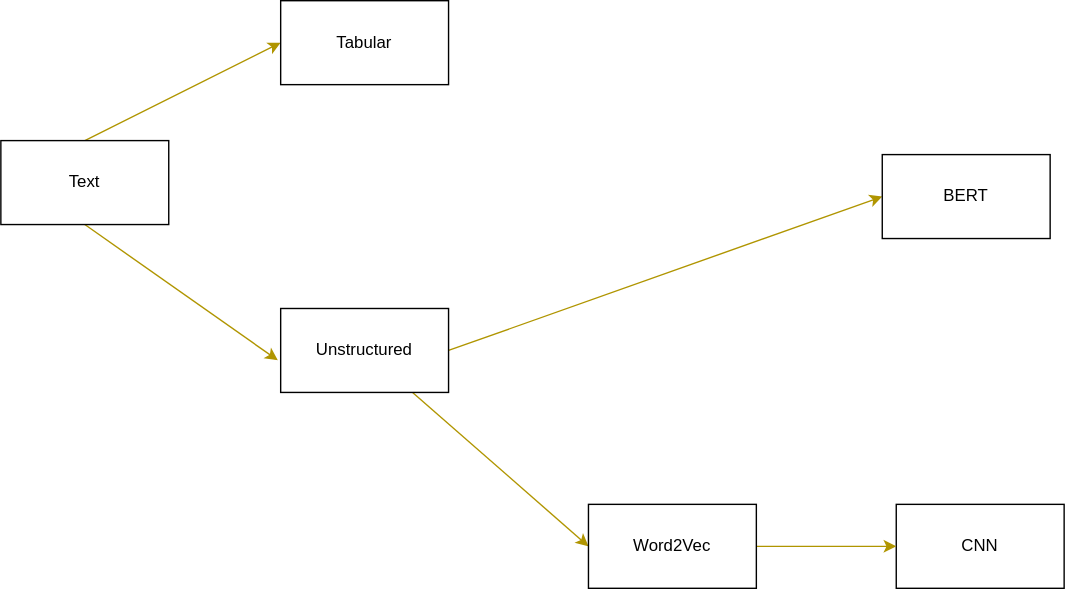
Above: notes/text.drawio.svg in dermatologist/kedro-tf-text (draw.io), before the change. Source tidied: cells renumbered, new cells last; positions are measured from the earlier drawing's top-left corner, leaving out a move shared by most shapes.
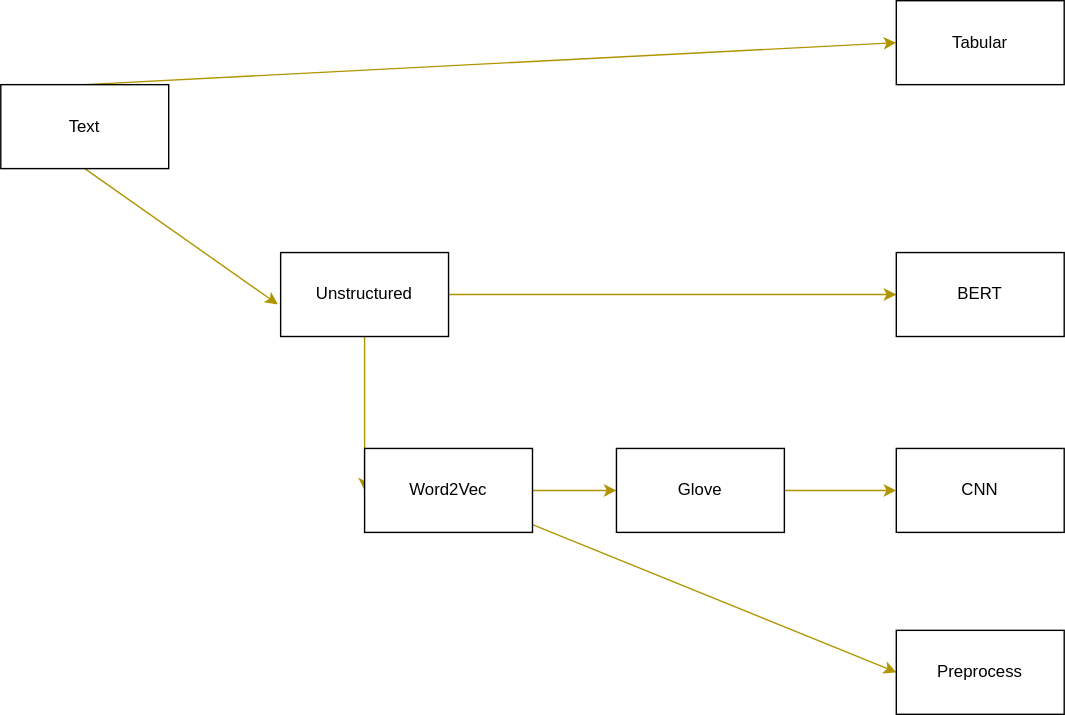
After the change.

Diff of the diagram source:
```diff
@@ -12,7 +12,7 @@
       <mxGeometry y="100" width="120" height="60" as="geometry" />
     </mxCell>
     <mxCell id="5" value="Tabular" style="rounded=0;whiteSpace=wrap;html=1;" parent="1" vertex="1">
-      <mxGeometry x="200" width="120" height="60" as="geometry" />
+      <mxGeometry x="640" y="40" width="120" height="60" as="geometry" />
     </mxCell>
     <mxCell id="6" style="edgeStyle=none;html=1;exitX=1;exitY=0.5;exitDx=0;exitDy=0;entryX=0;entryY=0.5;entryDx=0;entryDy=0;fillColor=#e3c800;strokeColor=#B09500;" parent="1" edge="1" source="8" target="9">
       <mxGeometry relative="1" as="geometry" />
@@ -24,16 +24,28 @@
       <mxGeometry x="200" y="220" width="120" height="60" as="geometry" />
     </mxCell>
     <mxCell id="9" value="BERT" style="rounded=0;whiteSpace=wrap;html=1;" parent="1" vertex="1">
-      <mxGeometry x="630" y="110" width="120" height="60" as="geometry" />
+      <mxGeometry x="640" y="220" width="120" height="60" as="geometry" />
     </mxCell>
     <mxCell id="10" value="CNN" style="rounded=0;whiteSpace=wrap;html=1;" parent="1" vertex="1">
       <mxGeometry x="640" y="360" width="120" height="60" as="geometry" />
     </mxCell>
+    <mxCell id="13" style="edgeStyle=none;html=1;exitX=1;exitY=0.5;exitDx=0;exitDy=0;entryX=0;entryY=0.5;entryDx=0;entryDy=0;fillColor=#e3c800;strokeColor=#B09500;" parent="1" edge="1" source="12" target="11">
+      <mxGeometry relative="1" as="geometry" />
+    </mxCell>
+    <mxCell id="14" style="edgeStyle=none;html=1;entryX=0;entryY=0.5;entryDx=0;entryDy=0;fillColor=#e3c800;strokeColor=#B09500;" parent="1" edge="1" source="12" target="16">
+      <mxGeometry relative="1" as="geometry" />
+    </mxCell>
+    <mxCell id="12" value="Word2Vec" style="rounded=0;whiteSpace=wrap;html=1;" parent="1" vertex="1">
+      <mxGeometry x="260" y="360" width="120" height="60" as="geometry" />
+    </mxCell>
+    <mxCell id="15" style="edgeStyle=none;html=1;exitX=1;exitY=0.5;exitDx=0;exitDy=0;entryX=0;entryY=0.5;entryDx=0;entryDy=0;fillColor=#e3c800;strokeColor=#B09500;" parent="1" edge="1" source="11" target="10">
+      <mxGeometry relative="1" as="geometry" />
+    </mxCell>
-    <mxCell id="11" style="edgeStyle=none;html=1;exitX=1;exitY=0.5;exitDx=0;exitDy=0;entryX=0;entryY=0.5;entryDx=0;entryDy=0;fillColor=#e3c800;strokeColor=#B09500;" parent="1" edge="1" source="12" target="10">
-      <mxGeometry relative="1" as="geometry" />
+    <mxCell id="11" value="Glove" style="rounded=0;whiteSpace=wrap;html=1;" parent="1" vertex="1">
+      <mxGeometry x="440" y="360" width="120" height="60" as="geometry" />
     </mxCell>
-    <mxCell id="12" value="Word2Vec" style="rounded=0;whiteSpace=wrap;html=1;" parent="1" vertex="1">
-      <mxGeometry x="420" y="360" width="120" height="60" as="geometry" />
-    </mxCell>
+    <mxCell id="16" value="Preprocess" style="rounded=0;whiteSpace=wrap;html=1;" parent="1" vertex="1">
+      <mxGeometry x="640" y="490" width="120" height="60" as="geometry" />
+    </mxCell>
   </root>
 </mxGraphModel>
```
